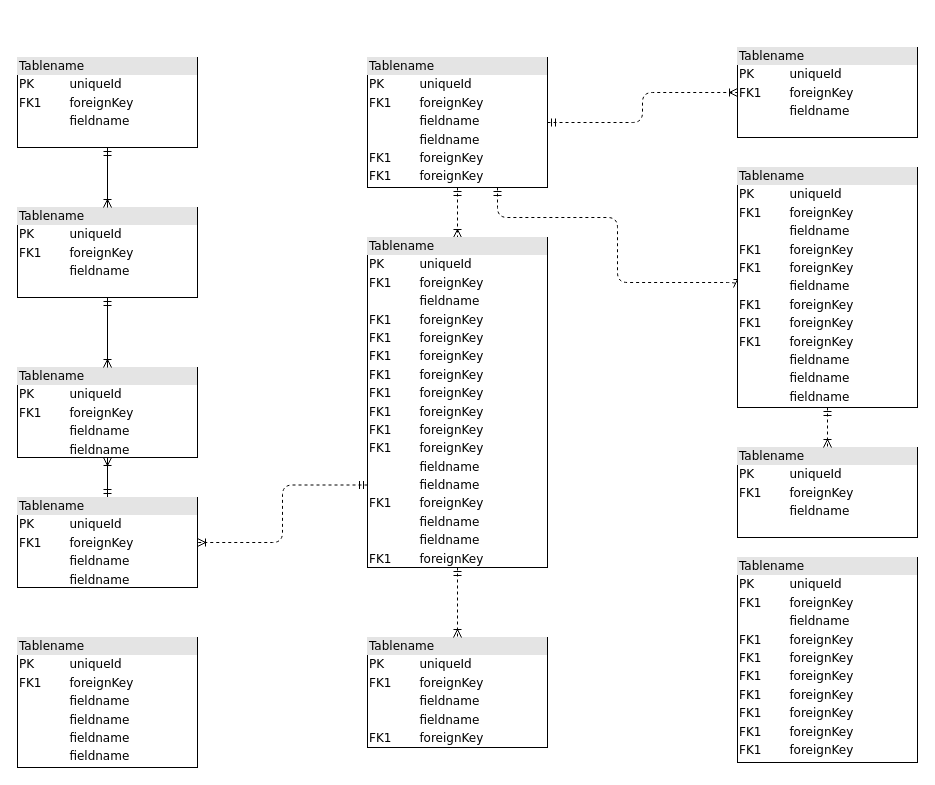
Above: logic.drawio in nummy/blog (draw.io), before the change. Source tidied: cells renumbered, new cells numbered last; positions are measured from the earlier drawing's top-left corner, leaving out a move shared by most shapes. Both pictures are drawn from the tidied source at 100%, with x=0, y=0 at pixel (17, 47).
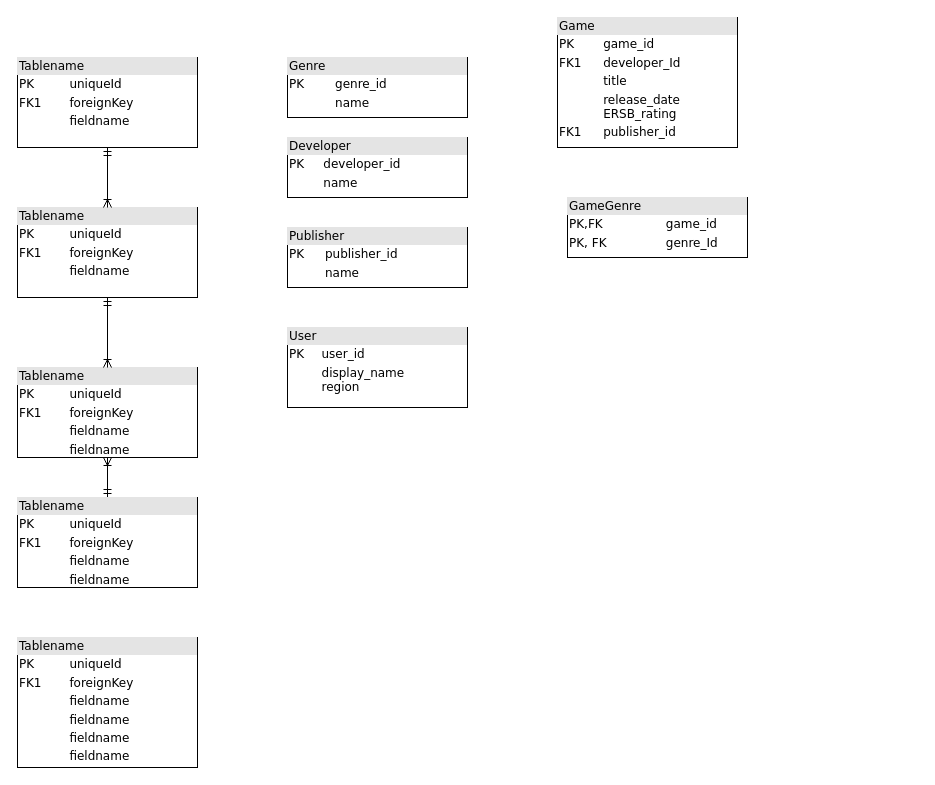
Above is the later version.

Unchanged cells that the change refers to:
```xml
<mxCell id="9" value="&lt;div style=&quot;box-sizing: border-box ; width: 100% ; background: #e4e4e4 ; padding: 2px&quot;&gt;Tablename&lt;/div&gt;&lt;table style=&quot;width: 100% ; font-size: 1em&quot; cellpadding=&quot;2&quot; cellspacing=&quot;0&quot;&gt;&lt;tbody&gt;&lt;tr&gt;&lt;td&gt;PK&lt;/td&gt;&lt;td&gt;uniqueId&lt;/td&gt;&lt;/tr&gt;&lt;tr&gt;&lt;td&gt;FK1&lt;/td&gt;&lt;td&gt;foreignKey&lt;/td&gt;&lt;/tr&gt;&lt;tr&gt;&lt;td&gt;&lt;/td&gt;&lt;td&gt;fieldname&lt;/td&gt;&lt;/tr&gt;&lt;tr&gt;&lt;td&gt;&lt;br&gt;&lt;/td&gt;&lt;td&gt;fieldname&lt;br&gt;&lt;/td&gt;&lt;/tr&gt;&lt;/tbody&gt;&lt;/table&gt;" style="verticalAlign=top;align=left;overflow=fill;html=1;rounded=0;shadow=0;comic=0;labelBackgroundColor=none;strokeWidth=1;fontFamily=Verdana;fontSize=12;" parent="1" vertex="1">
  <mxGeometry y="450" width="180" height="90" as="geometry" />
</mxCell>
```

The edit, as a diff of the source:
```diff
@@
-    <mxCell id="3" style="edgeStyle=orthogonalEdgeStyle;html=1;entryX=0.5;entryY=0;dashed=1;labelBackgroundColor=none;startArrow=ERmandOne;endArrow=ERoneToMany;fontFamily=Verdana;fontSize=12;align=left;" parent="1" edge="1" source="6" target="16">
-      <mxGeometry relative="1" as="geometry" />
-    </mxCell>
-    <mxCell id="4" style="edgeStyle=orthogonalEdgeStyle;html=1;dashed=1;labelBackgroundColor=none;startArrow=ERmandOne;endArrow=ERoneToMany;fontFamily=Verdana;fontSize=12;align=left;entryX=0;entryY=0.5;" parent="1" edge="1" source="6" target="19">
-      <mxGeometry relative="1" as="geometry">
-        <Array as="points">
-          <mxPoint x="480" y="170" />
-          <mxPoint x="600" y="170" />
-          <mxPoint x="600" y="235" />
-        </Array>
-      </mxGeometry>
-    </mxCell>
-    <mxCell id="5" style="edgeStyle=orthogonalEdgeStyle;html=1;dashed=1;labelBackgroundColor=none;startArrow=ERmandOne;endArrow=ERoneToMany;fontFamily=Verdana;fontSize=12;align=left;" parent="1" edge="1" source="6" target="20">
-      <mxGeometry relative="1" as="geometry" />
-    </mxCell>
-    <mxCell id="6" value="&lt;div style=&quot;box-sizing: border-box ; width: 100% ; background: #e4e4e4 ; padding: 2px&quot;&gt;Tablename&lt;/div&gt;&lt;table style=&quot;width: 100% ; font-size: 1em&quot; cellpadding=&quot;2&quot; cellspacing=&quot;0&quot;&gt;&lt;tbody&gt;&lt;tr&gt;&lt;td&gt;PK&lt;/td&gt;&lt;td&gt;uniqueId&lt;/td&gt;&lt;/tr&gt;&lt;tr&gt;&lt;td&gt;FK1&lt;/td&gt;&lt;td&gt;foreignKey&lt;/td&gt;&lt;/tr&gt;&lt;tr&gt;&lt;td&gt;&lt;/td&gt;&lt;td&gt;fieldname&lt;/td&gt;&lt;/tr&gt;&lt;tr&gt;&lt;td&gt;&lt;br&gt;&lt;/td&gt;&lt;td&gt;fieldname&lt;br&gt;&lt;/td&gt;&lt;/tr&gt;&lt;tr&gt;&lt;td&gt;FK1&lt;br&gt;&lt;/td&gt;&lt;td&gt;foreignKey&lt;br&gt;&lt;/td&gt;&lt;/tr&gt;&lt;tr&gt;&lt;td&gt;FK1&lt;br&gt;&lt;/td&gt;&lt;td&gt;foreignKey&lt;br&gt;&lt;/td&gt;&lt;/tr&gt;&lt;/tbody&gt;&lt;/table&gt;" style="verticalAlign=top;align=left;overflow=fill;html=1;rounded=0;shadow=0;comic=0;labelBackgroundColor=none;strokeWidth=1;fontFamily=Verdana;fontSize=12;" parent="1" vertex="1">
-      <mxGeometry x="350" y="10" width="180" height="130" as="geometry" />
-    </mxCell>
@@
-    <mxCell id="8" style="edgeStyle=orthogonalEdgeStyle;html=1;exitX=0;exitY=0.75;entryX=1;entryY=0.5;dashed=1;labelBackgroundColor=none;startArrow=ERmandOne;endArrow=ERoneToMany;fontFamily=Verdana;fontSize=12;align=left;" parent="1" edge="1" source="16" target="9">
-      <mxGeometry relative="1" as="geometry" />
-    </mxCell>
@@
-    <mxCell id="13" value="&lt;div style=&quot;box-sizing: border-box ; width: 100% ; background: #e4e4e4 ; padding: 2px&quot;&gt;Tablename&lt;/div&gt;&lt;table style=&quot;width: 100% ; font-size: 1em&quot; cellpadding=&quot;2&quot; cellspacing=&quot;0&quot;&gt;&lt;tbody&gt;&lt;tr&gt;&lt;td&gt;PK&lt;/td&gt;&lt;td&gt;uniqueId&lt;/td&gt;&lt;/tr&gt;&lt;tr&gt;&lt;td&gt;FK1&lt;/td&gt;&lt;td&gt;foreignKey&lt;/td&gt;&lt;/tr&gt;&lt;tr&gt;&lt;td&gt;&lt;/td&gt;&lt;td&gt;fieldname&lt;/td&gt;&lt;/tr&gt;&lt;tr&gt;&lt;td&gt;FK1&lt;br&gt;&lt;/td&gt;&lt;td&gt;foreignKey&lt;br&gt;&lt;/td&gt;&lt;/tr&gt;&lt;tr&gt;&lt;td&gt;FK1&lt;br&gt;&lt;/td&gt;&lt;td&gt;foreignKey&lt;br&gt;&lt;/td&gt;&lt;/tr&gt;&lt;tr&gt;&lt;td&gt;FK1&lt;br&gt;&lt;/td&gt;&lt;td&gt;foreignKey&lt;br&gt;&lt;/td&gt;&lt;/tr&gt;&lt;tr&gt;&lt;td&gt;FK1&lt;br&gt;&lt;/td&gt;&lt;td&gt;foreignKey&lt;br&gt;&lt;/td&gt;&lt;/tr&gt;&lt;tr&gt;&lt;td&gt;FK1&lt;br&gt;&lt;/td&gt;&lt;td&gt;foreignKey&lt;br&gt;&lt;/td&gt;&lt;/tr&gt;&lt;tr&gt;&lt;td&gt;FK1&lt;br&gt;&lt;/td&gt;&lt;td&gt;foreignKey&lt;br&gt;&lt;/td&gt;&lt;/tr&gt;&lt;tr&gt;&lt;td&gt;FK1&lt;br&gt;&lt;/td&gt;&lt;td&gt;foreignKey&lt;br&gt;&lt;/td&gt;&lt;/tr&gt;&lt;/tbody&gt;&lt;/table&gt;" style="verticalAlign=top;align=left;overflow=fill;html=1;rounded=0;shadow=0;comic=0;labelBackgroundColor=none;strokeWidth=1;fontFamily=Verdana;fontSize=12;" parent="1" vertex="1">
-      <mxGeometry x="720" y="510" width="180" height="205" as="geometry" />
-    </mxCell>
-    <mxCell id="14" value="&lt;div style=&quot;box-sizing: border-box ; width: 100% ; background: #e4e4e4 ; padding: 2px&quot;&gt;Tablename&lt;/div&gt;&lt;table style=&quot;width: 100% ; font-size: 1em&quot; cellpadding=&quot;2&quot; cellspacing=&quot;0&quot;&gt;&lt;tbody&gt;&lt;tr&gt;&lt;td&gt;PK&lt;/td&gt;&lt;td&gt;uniqueId&lt;/td&gt;&lt;/tr&gt;&lt;tr&gt;&lt;td&gt;FK1&lt;/td&gt;&lt;td&gt;foreignKey&lt;/td&gt;&lt;/tr&gt;&lt;tr&gt;&lt;td&gt;&lt;/td&gt;&lt;td&gt;fieldname&lt;/td&gt;&lt;/tr&gt;&lt;tr&gt;&lt;td&gt;&lt;br&gt;&lt;/td&gt;&lt;td&gt;fieldname&lt;br&gt;&lt;/td&gt;&lt;/tr&gt;&lt;tr&gt;&lt;td&gt;FK1&lt;br&gt;&lt;/td&gt;&lt;td&gt;foreignKey&lt;br&gt;&lt;/td&gt;&lt;/tr&gt;&lt;/tbody&gt;&lt;/table&gt;" style="verticalAlign=top;align=left;overflow=fill;html=1;rounded=0;shadow=0;comic=0;labelBackgroundColor=none;strokeWidth=1;fontFamily=Verdana;fontSize=12;" parent="1" vertex="1">
-      <mxGeometry x="350" y="590" width="180" height="110" as="geometry" />
+    <mxCell id="14" value="&lt;div style=&quot;box-sizing: border-box; width: 100%; background: rgb(228, 228, 228); padding: 2px;&quot;&gt;Game&lt;/div&gt;&lt;table style=&quot;width: 100% ; font-size: 1em&quot; cellpadding=&quot;2&quot; cellspacing=&quot;0&quot;&gt;&lt;tbody&gt;&lt;tr&gt;&lt;td&gt;PK&lt;/td&gt;&lt;td&gt;game_id&lt;/td&gt;&lt;/tr&gt;&lt;tr&gt;&lt;td&gt;FK1&lt;/td&gt;&lt;td&gt;developer_Id&lt;/td&gt;&lt;/tr&gt;&lt;tr&gt;&lt;td&gt;&lt;/td&gt;&lt;td&gt;title&lt;/td&gt;&lt;/tr&gt;&lt;tr&gt;&lt;td&gt;&lt;br&gt;&lt;/td&gt;&lt;td&gt;release_date&lt;br&gt;ERSB_rating&lt;/td&gt;&lt;/tr&gt;&lt;tr&gt;&lt;td&gt;FK1&lt;br&gt;&lt;/td&gt;&lt;td&gt;publisher_id&lt;br&gt;&lt;/td&gt;&lt;/tr&gt;&lt;/tbody&gt;&lt;/table&gt;" style="verticalAlign=top;align=left;overflow=fill;html=1;rounded=0;shadow=0;comic=0;labelBackgroundColor=none;strokeWidth=1;fontFamily=Verdana;fontSize=12;" parent="1" vertex="1">
+      <mxGeometry x="540" y="-30" width="180" height="130" as="geometry" />
     </mxCell>
-    <mxCell id="15" style="edgeStyle=orthogonalEdgeStyle;html=1;entryX=0.5;entryY=0;labelBackgroundColor=none;startArrow=ERmandOne;endArrow=ERoneToMany;fontFamily=Verdana;fontSize=12;align=left;dashed=1;" parent="1" edge="1" source="16" target="14">
-      <mxGeometry relative="1" as="geometry" />
-    </mxCell>
-    <mxCell id="16" value="&lt;div style=&quot;box-sizing: border-box ; width: 100% ; background: #e4e4e4 ; padding: 2px&quot;&gt;Tablename&lt;/div&gt;&lt;table style=&quot;width: 100% ; font-size: 1em&quot; cellpadding=&quot;2&quot; cellspacing=&quot;0&quot;&gt;&lt;tbody&gt;&lt;tr&gt;&lt;td&gt;PK&lt;/td&gt;&lt;td&gt;uniqueId&lt;/td&gt;&lt;/tr&gt;&lt;tr&gt;&lt;td&gt;FK1&lt;/td&gt;&lt;td&gt;foreignKey&lt;/td&gt;&lt;/tr&gt;&lt;tr&gt;&lt;td&gt;&lt;/td&gt;&lt;td&gt;fieldname&lt;/td&gt;&lt;/tr&gt;&lt;tr&gt;&lt;td&gt;FK1&lt;br&gt;&lt;/td&gt;&lt;td&gt;foreignKey&lt;br&gt;&lt;/td&gt;&lt;/tr&gt;&lt;tr&gt;&lt;td&gt;FK1&lt;br&gt;&lt;/td&gt;&lt;td&gt;foreignKey&lt;br&gt;&lt;/td&gt;&lt;/tr&gt;&lt;tr&gt;&lt;td&gt;FK1&lt;br&gt;&lt;/td&gt;&lt;td&gt;foreignKey&lt;br&gt;&lt;/td&gt;&lt;/tr&gt;&lt;tr&gt;&lt;td&gt;FK1&lt;br&gt;&lt;/td&gt;&lt;td&gt;foreignKey&lt;br&gt;&lt;/td&gt;&lt;/tr&gt;&lt;tr&gt;&lt;td&gt;FK1&lt;br&gt;&lt;/td&gt;&lt;td&gt;foreignKey&lt;br&gt;&lt;/td&gt;&lt;/tr&gt;&lt;tr&gt;&lt;td&gt;FK1&lt;br&gt;&lt;/td&gt;&lt;td&gt;foreignKey&lt;br&gt;&lt;/td&gt;&lt;/tr&gt;&lt;tr&gt;&lt;td&gt;FK1&lt;br&gt;&lt;/td&gt;&lt;td&gt;foreignKey&lt;br&gt;&lt;/td&gt;&lt;/tr&gt;&lt;tr&gt;&lt;td&gt;FK1&lt;br&gt;&lt;/td&gt;&lt;td&gt;foreignKey&lt;br&gt;&lt;/td&gt;&lt;/tr&gt;&lt;tr&gt;&lt;td&gt;&lt;br&gt;&lt;/td&gt;&lt;td&gt;fieldname&lt;br&gt;&lt;/td&gt;&lt;/tr&gt;&lt;tr&gt;&lt;td&gt;&lt;br&gt;&lt;/td&gt;&lt;td&gt;fieldname&lt;br&gt;&lt;/td&gt;&lt;/tr&gt;&lt;tr&gt;&lt;td&gt;FK1&lt;br&gt;&lt;/td&gt;&lt;td&gt;foreignKey&lt;br&gt;&lt;/td&gt;&lt;/tr&gt;&lt;tr&gt;&lt;td&gt;&lt;br&gt;&lt;/td&gt;&lt;td&gt;fieldname&lt;br&gt;&lt;/td&gt;&lt;/tr&gt;&lt;tr&gt;&lt;td&gt;&lt;br&gt;&lt;/td&gt;&lt;td&gt;fieldname&lt;br&gt;&lt;/td&gt;&lt;/tr&gt;&lt;tr&gt;&lt;td&gt;FK1&lt;br&gt;&lt;/td&gt;&lt;td&gt;foreignKey&lt;br&gt;&lt;/td&gt;&lt;/tr&gt;&lt;/tbody&gt;&lt;/table&gt;" style="verticalAlign=top;align=left;overflow=fill;html=1;rounded=0;shadow=0;comic=0;labelBackgroundColor=none;strokeWidth=1;fontFamily=Verdana;fontSize=12;" parent="1" vertex="1">
-      <mxGeometry x="350" y="190" width="180" height="330" as="geometry" />
-    </mxCell>
-    <mxCell id="17" value="&lt;div style=&quot;box-sizing:border-box;width:100%;background:#e4e4e4;padding:2px;&quot;&gt;Tablename&lt;/div&gt;&lt;table style=&quot;width:100%;font-size:1em;&quot; cellpadding=&quot;2&quot; cellspacing=&quot;0&quot;&gt;&lt;tr&gt;&lt;td&gt;PK&lt;/td&gt;&lt;td&gt;uniqueId&lt;/td&gt;&lt;/tr&gt;&lt;tr&gt;&lt;td&gt;FK1&lt;/td&gt;&lt;td&gt;foreignKey&lt;/td&gt;&lt;/tr&gt;&lt;tr&gt;&lt;td&gt;&lt;/td&gt;&lt;td&gt;fieldname&lt;/td&gt;&lt;/tr&gt;&lt;/table&gt;" style="verticalAlign=top;align=left;overflow=fill;html=1;rounded=0;shadow=0;comic=0;labelBackgroundColor=none;strokeWidth=1;fontFamily=Verdana;fontSize=12;" parent="1" vertex="1">
-      <mxGeometry x="720" y="400" width="180" height="90" as="geometry" />
-    </mxCell>
-    <mxCell id="18" style="edgeStyle=orthogonalEdgeStyle;html=1;entryX=0.5;entryY=0;dashed=1;labelBackgroundColor=none;startArrow=ERmandOne;endArrow=ERoneToMany;fontFamily=Verdana;fontSize=12;align=left;" parent="1" edge="1" source="19" target="17">
-      <mxGeometry relative="1" as="geometry" />
-    </mxCell>
-    <mxCell id="19" value="&lt;div style=&quot;box-sizing: border-box ; width: 100% ; background: #e4e4e4 ; padding: 2px&quot;&gt;Tablename&lt;/div&gt;&lt;table style=&quot;width: 100% ; font-size: 1em&quot; cellpadding=&quot;2&quot; cellspacing=&quot;0&quot;&gt;&lt;tbody&gt;&lt;tr&gt;&lt;td&gt;PK&lt;/td&gt;&lt;td&gt;uniqueId&lt;/td&gt;&lt;/tr&gt;&lt;tr&gt;&lt;td&gt;FK1&lt;/td&gt;&lt;td&gt;foreignKey&lt;/td&gt;&lt;/tr&gt;&lt;tr&gt;&lt;td&gt;&lt;/td&gt;&lt;td&gt;fieldname&lt;/td&gt;&lt;/tr&gt;&lt;tr&gt;&lt;td&gt;FK1&lt;br&gt;&lt;/td&gt;&lt;td&gt;foreignKey&lt;br&gt;&lt;/td&gt;&lt;/tr&gt;&lt;tr&gt;&lt;td&gt;FK1&lt;br&gt;&lt;/td&gt;&lt;td&gt;foreignKey&lt;br&gt;&lt;/td&gt;&lt;/tr&gt;&lt;tr&gt;&lt;td&gt;&lt;br&gt;&lt;/td&gt;&lt;td&gt;fieldname&lt;br&gt;&lt;/td&gt;&lt;/tr&gt;&lt;tr&gt;&lt;td&gt;FK1&lt;br&gt;&lt;/td&gt;&lt;td&gt;foreignKey&lt;br&gt;&lt;/td&gt;&lt;/tr&gt;&lt;tr&gt;&lt;td&gt;FK1&lt;br&gt;&lt;/td&gt;&lt;td&gt;foreignKey&lt;br&gt;&lt;/td&gt;&lt;/tr&gt;&lt;tr&gt;&lt;td&gt;FK1&lt;br&gt;&lt;/td&gt;&lt;td&gt;foreignKey&lt;br&gt;&lt;/td&gt;&lt;/tr&gt;&lt;tr&gt;&lt;td&gt;&lt;br&gt;&lt;/td&gt;&lt;td&gt;fieldname&lt;br&gt;&lt;/td&gt;&lt;/tr&gt;&lt;tr&gt;&lt;td&gt;&lt;br&gt;&lt;/td&gt;&lt;td&gt;fieldname&lt;br&gt;&lt;/td&gt;&lt;/tr&gt;&lt;tr&gt;&lt;td&gt;&lt;br&gt;&lt;/td&gt;&lt;td&gt;fieldname&lt;br&gt;&lt;/td&gt;&lt;/tr&gt;&lt;/tbody&gt;&lt;/table&gt;" style="verticalAlign=top;align=left;overflow=fill;html=1;rounded=0;shadow=0;comic=0;labelBackgroundColor=none;strokeWidth=1;fontFamily=Verdana;fontSize=12;" parent="1" vertex="1">
-      <mxGeometry x="720" y="120" width="180" height="240" as="geometry" />
-    </mxCell>
-    <mxCell id="20" value="&lt;div style=&quot;box-sizing:border-box;width:100%;background:#e4e4e4;padding:2px;&quot;&gt;Tablename&lt;/div&gt;&lt;table style=&quot;width:100%;font-size:1em;&quot; cellpadding=&quot;2&quot; cellspacing=&quot;0&quot;&gt;&lt;tr&gt;&lt;td&gt;PK&lt;/td&gt;&lt;td&gt;uniqueId&lt;/td&gt;&lt;/tr&gt;&lt;tr&gt;&lt;td&gt;FK1&lt;/td&gt;&lt;td&gt;foreignKey&lt;/td&gt;&lt;/tr&gt;&lt;tr&gt;&lt;td&gt;&lt;/td&gt;&lt;td&gt;fieldname&lt;/td&gt;&lt;/tr&gt;&lt;/table&gt;" style="verticalAlign=top;align=left;overflow=fill;html=1;rounded=0;shadow=0;comic=0;labelBackgroundColor=none;strokeWidth=1;fontFamily=Verdana;fontSize=12;" parent="1" vertex="1">
-      <mxGeometry x="720" width="180" height="90" as="geometry" />
-    </mxCell>
@@
+    <mxCell id="23" value="&lt;div style=&quot;box-sizing: border-box; width: 100%; background: rgb(228, 228, 228); padding: 2px;&quot;&gt;Genre&lt;/div&gt;&lt;table style=&quot;width:100%;font-size:1em;&quot; cellpadding=&quot;2&quot; cellspacing=&quot;0&quot;&gt;&lt;tbody&gt;&lt;tr&gt;&lt;td&gt;PK&lt;/td&gt;&lt;td&gt;genre_id&lt;/td&gt;&lt;/tr&gt;&lt;tr&gt;&lt;td&gt;&lt;/td&gt;&lt;td&gt;name&lt;/td&gt;&lt;/tr&gt;&lt;/tbody&gt;&lt;/table&gt;" style="verticalAlign=top;align=left;overflow=fill;html=1;rounded=0;shadow=0;comic=0;labelBackgroundColor=none;strokeWidth=1;fontFamily=Verdana;fontSize=12;" parent="1" vertex="1">
+      <mxGeometry x="270" y="10" width="180" height="60" as="geometry" />
+    </mxCell>
+    <mxCell id="24" value="&lt;div style=&quot;box-sizing: border-box; width: 100%; background: rgb(228, 228, 228); padding: 2px;&quot;&gt;GameGenre&lt;/div&gt;&lt;table style=&quot;width: 100% ; font-size: 1em&quot; cellpadding=&quot;2&quot; cellspacing=&quot;0&quot;&gt;&lt;tbody&gt;&lt;tr&gt;&lt;td&gt;PK,FK&lt;/td&gt;&lt;td&gt;game_id&lt;/td&gt;&lt;/tr&gt;&lt;tr&gt;&lt;td&gt;PK, FK&lt;span style=&quot;white-space: pre;&quot;&gt;&#9;&lt;/span&gt;&lt;br&gt;&lt;/td&gt;&lt;td&gt;genre_Id&lt;/td&gt;&lt;/tr&gt;&lt;/tbody&gt;&lt;/table&gt;" style="verticalAlign=top;align=left;overflow=fill;html=1;rounded=0;shadow=0;comic=0;labelBackgroundColor=none;strokeWidth=1;fontFamily=Verdana;fontSize=12;" parent="1" vertex="1">
+      <mxGeometry x="550" y="150" width="180" height="60" as="geometry" />
+    </mxCell>
+    <mxCell id="25" value="&lt;div style=&quot;box-sizing: border-box; width: 100%; background: rgb(228, 228, 228); padding: 2px;&quot;&gt;Developer&lt;/div&gt;&lt;table style=&quot;width:100%;font-size:1em;&quot; cellpadding=&quot;2&quot; cellspacing=&quot;0&quot;&gt;&lt;tbody&gt;&lt;tr&gt;&lt;td&gt;PK&lt;/td&gt;&lt;td&gt;developer_id&lt;/td&gt;&lt;/tr&gt;&lt;tr&gt;&lt;td&gt;&lt;/td&gt;&lt;td&gt;name&lt;/td&gt;&lt;/tr&gt;&lt;/tbody&gt;&lt;/table&gt;" style="verticalAlign=top;align=left;overflow=fill;html=1;rounded=0;shadow=0;comic=0;labelBackgroundColor=none;strokeWidth=1;fontFamily=Verdana;fontSize=12;" parent="1" vertex="1">
+      <mxGeometry x="270" y="90" width="180" height="60" as="geometry" />
+    </mxCell>
+    <mxCell id="26" value="&lt;div style=&quot;box-sizing: border-box; width: 100%; background: rgb(228, 228, 228); padding: 2px;&quot;&gt;Publisher&lt;/div&gt;&lt;table style=&quot;width:100%;font-size:1em;&quot; cellpadding=&quot;2&quot; cellspacing=&quot;0&quot;&gt;&lt;tbody&gt;&lt;tr&gt;&lt;td&gt;PK&lt;/td&gt;&lt;td&gt;publisher_id&lt;/td&gt;&lt;/tr&gt;&lt;tr&gt;&lt;td&gt;&lt;/td&gt;&lt;td&gt;name&lt;/td&gt;&lt;/tr&gt;&lt;/tbody&gt;&lt;/table&gt;" style="verticalAlign=top;align=left;overflow=fill;html=1;rounded=0;shadow=0;comic=0;labelBackgroundColor=none;strokeWidth=1;fontFamily=Verdana;fontSize=12;" parent="1" vertex="1">
+      <mxGeometry x="270" y="180" width="180" height="60" as="geometry" />
+    </mxCell>
+    <mxCell id="27" value="&lt;div style=&quot;box-sizing: border-box; width: 100%; background: rgb(228, 228, 228); padding: 2px;&quot;&gt;User&lt;/div&gt;&lt;table style=&quot;width:100%;font-size:1em;&quot; cellpadding=&quot;2&quot; cellspacing=&quot;0&quot;&gt;&lt;tbody&gt;&lt;tr&gt;&lt;td&gt;PK&lt;/td&gt;&lt;td&gt;user_id&lt;/td&gt;&lt;/tr&gt;&lt;tr&gt;&lt;td&gt;&lt;/td&gt;&lt;td&gt;display_name&lt;br&gt;region&lt;/td&gt;&lt;/tr&gt;&lt;/tbody&gt;&lt;/table&gt;" style="verticalAlign=top;align=left;overflow=fill;html=1;rounded=0;shadow=0;comic=0;labelBackgroundColor=none;strokeWidth=1;fontFamily=Verdana;fontSize=12;" parent="1" vertex="1">
+      <mxGeometry x="270" y="280" width="180" height="80" as="geometry" />
+    </mxCell>
```
